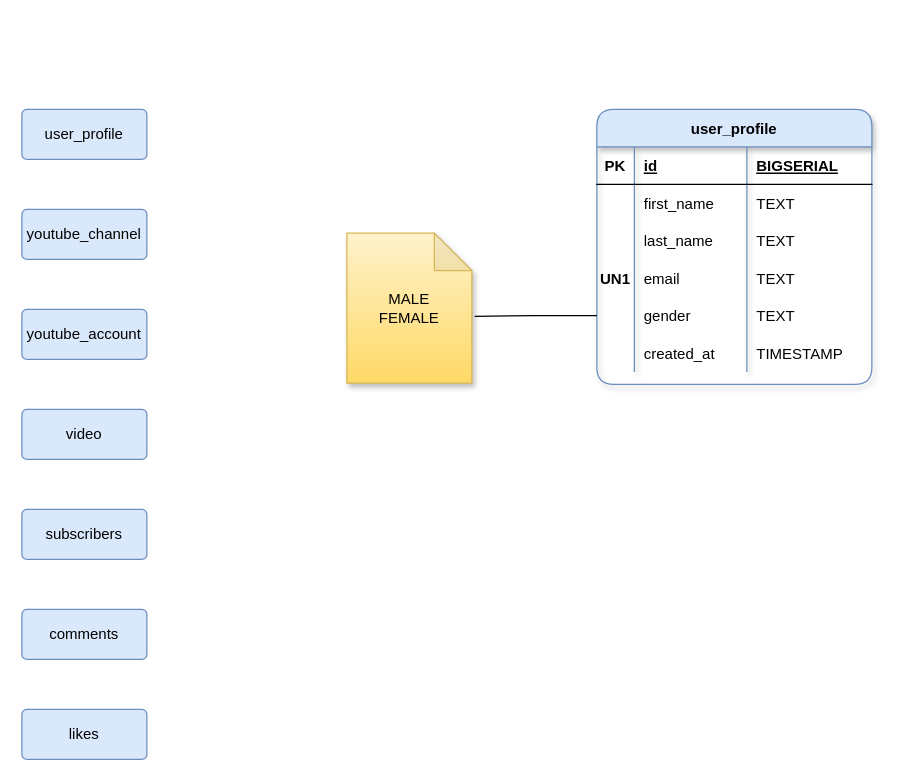
The draw.io diagram page "Entities" (1 of 2) of ERD/Youtube Database Design.drawio in osman-software-engineer/sql-project-3, before the edit. Source tidied: cells renumbered, new cells numbered last; positions are measured from the earlier drawing's top-left corner, leaving out a move shared by most shapes. Both pictures are drawn from the tidied source at 125%, with x=0, y=0 at pixel (21, 109).
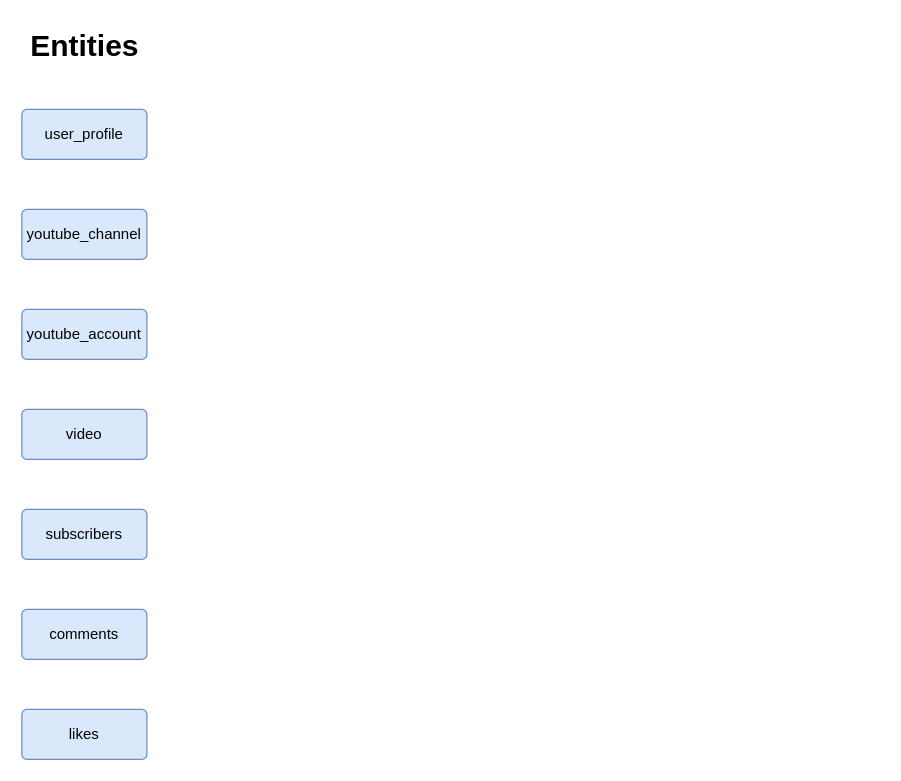
The same diagram, later.

What changed in the source:
```diff
@@
-    <mxCell id="9" value="user_profile" style="shape=table;startSize=30;childLayout=tableLayout;rowLines=0;fontStyle=1;align=center;rounded=1;swimlaneLine=1;fillColor=#dae8fc;strokeColor=#6c8ebf;shadow=1;sketch=0;" parent="1" vertex="1">
-      <mxGeometry x="460" width="220" height="220" as="geometry" />
-    </mxCell>
-    <mxCell id="10" style="shape=tableRow;horizontal=0;startSize=0;swimlaneHead=0;swimlaneBody=0;fillColor=none;top=0;left=0;right=0;bottom=1;" parent="9" vertex="1">
-      <mxGeometry y="30" width="220" height="30" as="geometry" />
-    </mxCell>
-    <mxCell id="11" value="PK" style="shape=partialRectangle;fillColor=none;top=0;left=0;bottom=0;right=0;fontStyle=1;overflow=hidden;" parent="10" vertex="1">
-      <mxGeometry width="30" height="30" as="geometry" />
-    </mxCell>
-    <mxCell id="12" value="id" style="shape=partialRectangle;fillColor=none;top=0;left=0;bottom=0;right=0;align=left;spacingLeft=6;fontStyle=5;overflow=hidden;" parent="10" vertex="1">
-      <mxGeometry x="30" width="90" height="30" as="geometry" />
-    </mxCell>
-    <mxCell id="13" value="BIGSERIAL" style="shape=partialRectangle;fillColor=none;top=0;left=0;bottom=0;right=0;align=left;spacingLeft=6;fontStyle=5;overflow=hidden;" parent="10" vertex="1">
-      <mxGeometry x="120" width="100" height="30" as="geometry" />
-    </mxCell>
-    <mxCell id="14" style="shape=tableRow;horizontal=0;startSize=0;swimlaneHead=0;swimlaneBody=0;fillColor=none;top=0;left=0;right=0;bottom=0;" parent="9" vertex="1">
-      <mxGeometry y="60" width="220" height="30" as="geometry" />
-    </mxCell>
-    <mxCell id="15" style="shape=partialRectangle;fillColor=none;top=0;left=0;bottom=0;right=0;overflow=hidden;" parent="14" vertex="1">
-      <mxGeometry width="30" height="30" as="geometry" />
-    </mxCell>
-    <mxCell id="16" value="first_name" style="shape=partialRectangle;fillColor=none;top=0;left=0;bottom=0;right=0;align=left;spacingLeft=6;overflow=hidden;" parent="14" vertex="1">
-      <mxGeometry x="30" width="90" height="30" as="geometry" />
-    </mxCell>
-    <mxCell id="17" value="TEXT" style="shape=partialRectangle;fillColor=none;top=0;left=0;bottom=0;right=0;align=left;spacingLeft=6;overflow=hidden;" parent="14" vertex="1">
-      <mxGeometry x="120" width="100" height="30" as="geometry" />
-    </mxCell>
-    <mxCell id="18" style="shape=tableRow;horizontal=0;startSize=0;swimlaneHead=0;swimlaneBody=0;fillColor=none;top=0;left=0;right=0;bottom=0;" parent="9" vertex="1">
-      <mxGeometry y="90" width="220" height="30" as="geometry" />
-    </mxCell>
-    <mxCell id="19" style="shape=partialRectangle;fillColor=none;top=0;left=0;bottom=0;right=0;overflow=hidden;" parent="18" vertex="1">
-      <mxGeometry width="30" height="30" as="geometry" />
-    </mxCell>
-    <mxCell id="20" value="last_name" style="shape=partialRectangle;fillColor=none;top=0;left=0;bottom=0;right=0;align=left;spacingLeft=6;overflow=hidden;" parent="18" vertex="1">
-      <mxGeometry x="30" width="90" height="30" as="geometry" />
-    </mxCell>
-    <mxCell id="21" value="TEXT" style="shape=partialRectangle;fillColor=none;top=0;left=0;bottom=0;right=0;align=left;spacingLeft=6;overflow=hidden;" parent="18" vertex="1">
-      <mxGeometry x="120" width="100" height="30" as="geometry" />
-    </mxCell>
-    <mxCell id="22" style="shape=tableRow;horizontal=0;startSize=0;swimlaneHead=0;swimlaneBody=0;fillColor=none;top=0;left=0;right=0;bottom=0;" parent="9" vertex="1">
-      <mxGeometry y="120" width="220" height="30" as="geometry" />
-    </mxCell>
-    <mxCell id="23" value="UN1" style="shape=partialRectangle;fillColor=none;top=0;left=0;bottom=0;right=0;overflow=hidden;fontStyle=1;" parent="22" vertex="1">
-      <mxGeometry width="30" height="30" as="geometry" />
-    </mxCell>
-    <mxCell id="24" value="email" style="shape=partialRectangle;fillColor=none;top=0;left=0;bottom=0;right=0;align=left;spacingLeft=6;overflow=hidden;" parent="22" vertex="1">
-      <mxGeometry x="30" width="90" height="30" as="geometry" />
-    </mxCell>
-    <mxCell id="25" value="TEXT" style="shape=partialRectangle;fillColor=none;top=0;left=0;bottom=0;right=0;align=left;spacingLeft=6;overflow=hidden;" parent="22" vertex="1">
-      <mxGeometry x="120" width="100" height="30" as="geometry" />
-    </mxCell>
-    <mxCell id="26" style="shape=tableRow;horizontal=0;startSize=0;swimlaneHead=0;swimlaneBody=0;fillColor=none;points=[[0,0.5],[1,0.5]];portConstraint=eastwest;top=0;left=0;right=0;bottom=0;" parent="9" vertex="1">
-      <mxGeometry y="150" width="220" height="30" as="geometry" />
-    </mxCell>
-    <mxCell id="27" style="shape=partialRectangle;fillColor=none;top=0;left=0;bottom=0;right=0;overflow=hidden;" parent="26" vertex="1">
-      <mxGeometry width="30" height="30" as="geometry" />
-    </mxCell>
-    <mxCell id="28" value="gender" style="shape=partialRectangle;fillColor=none;top=0;left=0;bottom=0;right=0;align=left;spacingLeft=6;overflow=hidden;" parent="26" vertex="1">
-      <mxGeometry x="30" width="90" height="30" as="geometry" />
-    </mxCell>
-    <mxCell id="29" value="TEXT" style="shape=partialRectangle;fillColor=none;top=0;left=0;bottom=0;right=0;align=left;spacingLeft=6;overflow=hidden;" parent="26" vertex="1">
-      <mxGeometry x="120" width="100" height="30" as="geometry" />
-    </mxCell>
-    <mxCell id="30" style="shape=tableRow;horizontal=0;startSize=0;swimlaneHead=0;swimlaneBody=0;fillColor=none;top=0;left=0;right=0;bottom=0;" parent="9" vertex="1">
-      <mxGeometry y="180" width="220" height="30" as="geometry" />
-    </mxCell>
-    <mxCell id="31" style="shape=partialRectangle;fillColor=none;top=0;left=0;bottom=0;right=0;overflow=hidden;" parent="30" vertex="1">
-      <mxGeometry width="30" height="30" as="geometry" />
-    </mxCell>
-    <mxCell id="32" value="created_at" style="shape=partialRectangle;fillColor=none;top=0;left=0;bottom=0;right=0;align=left;spacingLeft=6;overflow=hidden;" parent="30" vertex="1">
-      <mxGeometry x="30" width="90" height="30" as="geometry" />
-    </mxCell>
-    <mxCell id="33" value="TIMESTAMP" style="shape=partialRectangle;fillColor=none;top=0;left=0;bottom=0;right=0;align=left;spacingLeft=6;overflow=hidden;" parent="30" vertex="1">
-      <mxGeometry x="120" width="100" height="30" as="geometry" />
-    </mxCell>
-    <mxCell id="34" value="MALE&lt;br&gt;FEMALE" style="shape=note;whiteSpace=wrap;html=1;backgroundOutline=1;darkOpacity=0.05;rounded=1;shadow=1;sketch=0;fillColor=#fff2cc;strokeColor=#d6b656;gradientColor=#ffd966;" parent="1" vertex="1">
-      <mxGeometry x="260" y="99" width="100" height="120" as="geometry" />
-    </mxCell>
-    <mxCell id="35" style="edgeStyle=orthogonalEdgeStyle;rounded=0;jettySize=auto;html=1;entryX=1.023;entryY=0.555;entryDx=0;entryDy=0;entryPerimeter=0;endArrow=none;endFill=0;" parent="1" edge="1" source="26" target="34">
-      <mxGeometry relative="1" as="geometry" />
-    </mxCell>
+    <mxCell id="36" value="Entities" style="text;strokeColor=none;fillColor=none;html=1;fontSize=24;fontStyle=1;verticalAlign=middle;align=center;" parent="1" vertex="1">
+      <mxGeometry y="-70" width="100" height="40" as="geometry" />
+    </mxCell>
```
